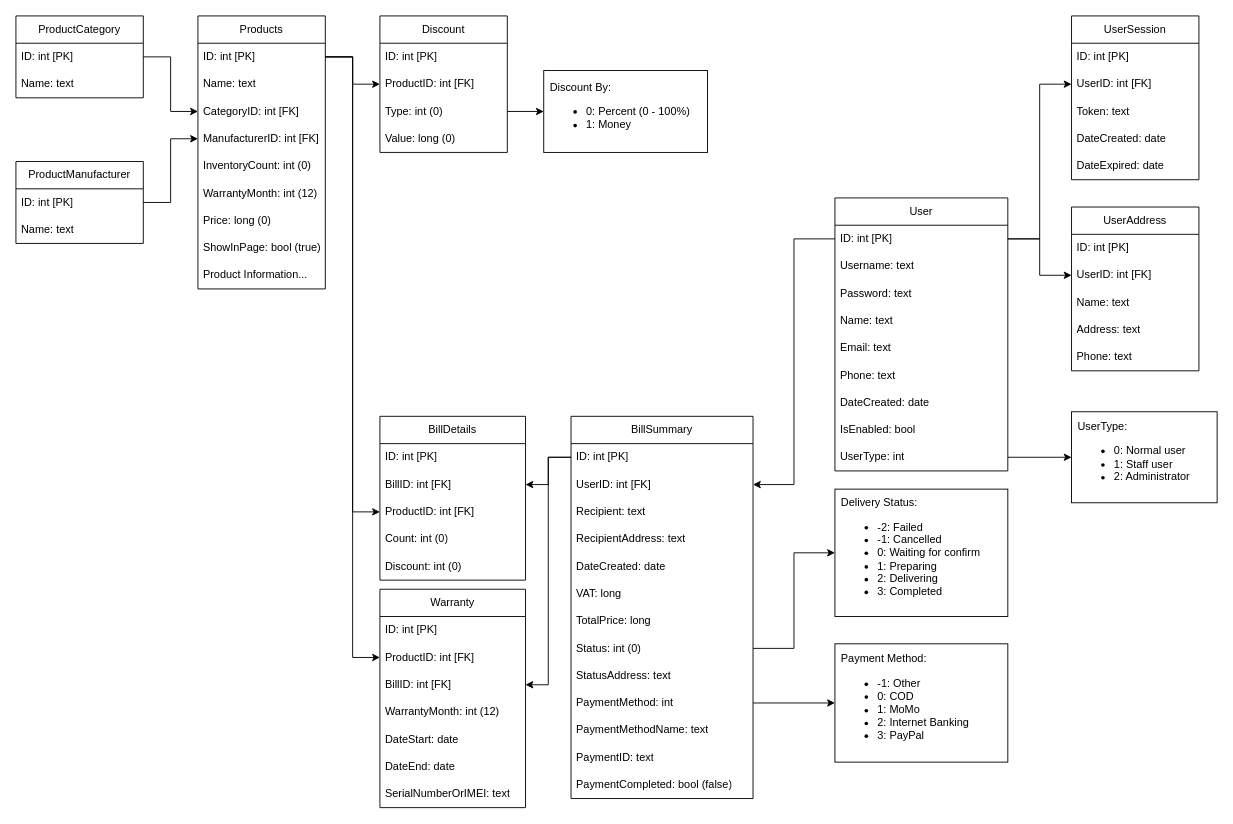
Above: docs/PhoneStoreManager.drawio in ZoeMeow1027/capstone-project (draw.io), before the change. Source tidied: cells renumbered, new cells numbered last; positions are measured from the earlier drawing's top-left corner, leaving out a move shared by most shapes. Both pictures are drawn from the tidied source at 91%, with x=0, y=0 at pixel (15, 15).
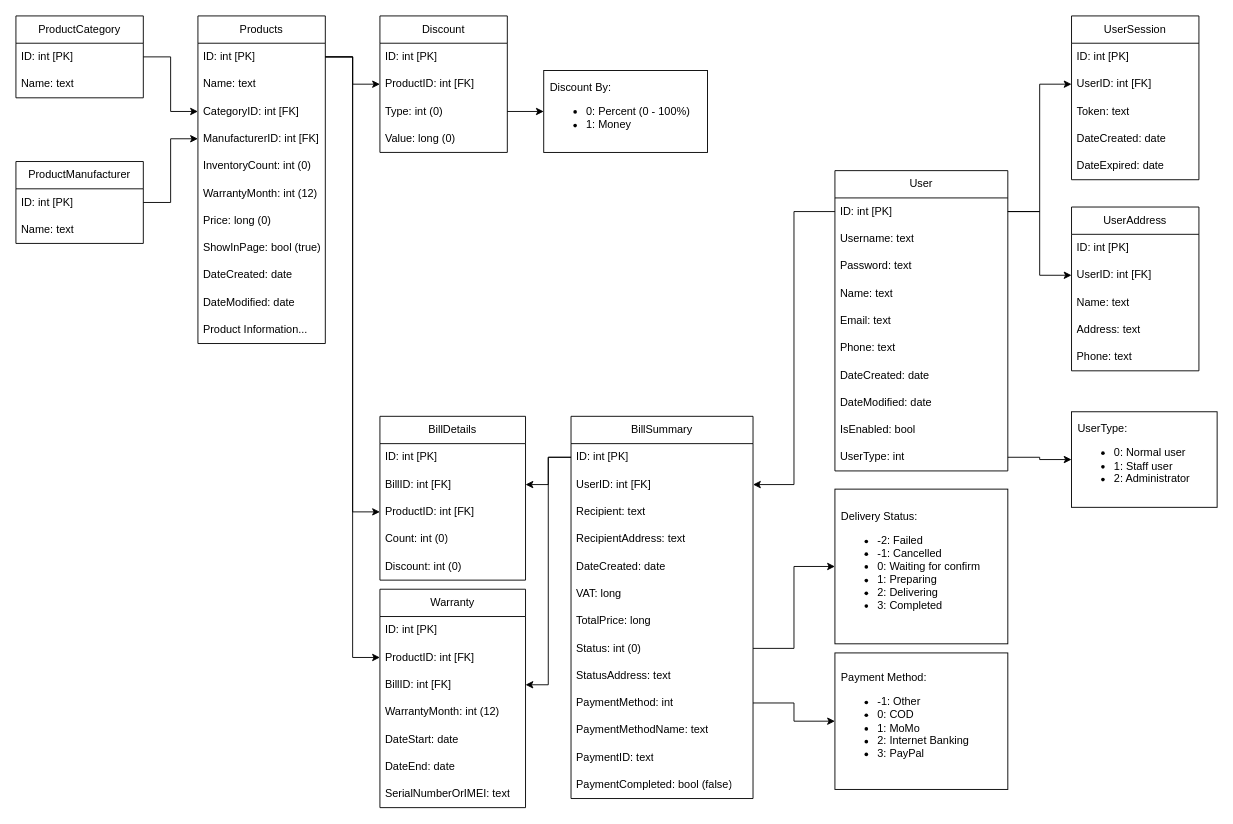
Above is the later version.

Diff of the diagram source:
```diff
@@
     <mxCell id="2" value="Products" style="swimlane;fontStyle=0;horizontal=1;startSize=30;whiteSpace=wrap;html=1;" parent="1" vertex="1">
-      <mxGeometry x="200" width="140" height="300" as="geometry" />
+      <mxGeometry x="200" width="140" height="360" as="geometry" />
     </mxCell>
@@
+    <mxCell id="91" value="DateCreated: date" style="text;strokeColor=none;fillColor=none;align=left;verticalAlign=middle;spacingLeft=4;spacingRight=4;overflow=hidden;whiteSpace=wrap;html=1;" parent="2" vertex="1">
+      <mxGeometry y="270" width="140" height="30" as="geometry" />
+    </mxCell>
+    <mxCell id="92" value="DateModified: date" style="text;strokeColor=none;fillColor=none;align=left;verticalAlign=middle;spacingLeft=4;spacingRight=4;overflow=hidden;whiteSpace=wrap;html=1;" parent="2" vertex="1">
+      <mxGeometry y="300" width="140" height="30" as="geometry" />
+    </mxCell>
     <mxCell id="11" value="Product Information..." style="text;strokeColor=none;fillColor=none;align=left;verticalAlign=middle;spacingLeft=4;spacingRight=4;overflow=hidden;whiteSpace=wrap;html=1;" parent="2" vertex="1">
-      <mxGeometry y="270" width="140" height="30" as="geometry" />
+      <mxGeometry y="330" width="140" height="30" as="geometry" />
     </mxCell>
@@
     <mxCell id="15" value="User" style="swimlane;fontStyle=0;horizontal=1;startSize=30;whiteSpace=wrap;html=1;" parent="1" vertex="1">
-      <mxGeometry x="900" y="200" width="190" height="300" as="geometry" />
+      <mxGeometry x="900" y="170" width="190" height="330" as="geometry" />
     </mxCell>
@@
+    <mxCell id="93" value="DateModified: date" style="text;strokeColor=none;fillColor=none;align=left;verticalAlign=middle;spacingLeft=4;spacingRight=4;overflow=hidden;whiteSpace=wrap;html=1;" parent="15" vertex="1">
+      <mxGeometry y="240" width="190" height="30" as="geometry" />
+    </mxCell>
     <mxCell id="23" value="IsEnabled: bool" style="text;strokeColor=none;fillColor=none;align=left;verticalAlign=middle;spacingLeft=4;spacingRight=4;overflow=hidden;whiteSpace=wrap;html=1;" parent="15" vertex="1">
-      <mxGeometry y="240" width="190" height="30" as="geometry" />
+      <mxGeometry y="270" width="190" height="30" as="geometry" />
     </mxCell>
     <mxCell id="24" value="UserType: int" style="text;strokeColor=none;fillColor=none;align=left;verticalAlign=middle;spacingLeft=4;spacingRight=4;overflow=hidden;points=[[0,0.5],[1,0.5]];portConstraint=eastwest;whiteSpace=wrap;html=1;" parent="15" vertex="1">
-      <mxGeometry y="270" width="190" height="30" as="geometry" />
+      <mxGeometry y="300" width="190" height="30" as="geometry" />
     </mxCell>
     <mxCell id="25" value="UserType:&lt;br&gt;&lt;ul&gt;&lt;li&gt;0: Normal user&lt;/li&gt;&lt;li&gt;1: Staff user&lt;/li&gt;&lt;li&gt;2: Administrator&lt;/li&gt;&lt;/ul&gt;" style="rounded=0;whiteSpace=wrap;html=1;align=left;spacingTop=5;spacingBottom=6;spacingLeft=5;spacingRight=5;" parent="1" vertex="1">
-      <mxGeometry x="1160" y="435" width="160" height="100" as="geometry" />
+      <mxGeometry x="1160" y="435" width="160" height="105" as="geometry" />
     </mxCell>
@@
     <mxCell id="61" value="Delivery Status:&lt;br&gt;&lt;ul&gt;&lt;li&gt;-2: Failed&lt;/li&gt;&lt;li&gt;-1: Cancelled&lt;/li&gt;&lt;li&gt;0: Waiting for confirm&lt;/li&gt;&lt;li&gt;1: Preparing&lt;/li&gt;&lt;li&gt;2: Delivering&lt;/li&gt;&lt;li&gt;3: Completed&lt;/li&gt;&lt;/ul&gt;" style="rounded=0;whiteSpace=wrap;html=1;align=left;spacingTop=5;spacingBottom=6;spacingLeft=5;spacingRight=5;" parent="1" vertex="1">
-      <mxGeometry x="900" y="520" width="190" height="140" as="geometry" />
+      <mxGeometry x="900" y="520" width="190" height="170" as="geometry" />
     </mxCell>
@@
     <mxCell id="70" value="Payment Method:&lt;br&gt;&lt;ul&gt;&lt;li&gt;-1: Other&lt;/li&gt;&lt;li&gt;0: COD&lt;/li&gt;&lt;li&gt;1: MoMo&lt;/li&gt;&lt;li&gt;2: Internet Banking&lt;/li&gt;&lt;li&gt;3: PayPal&lt;/li&gt;&lt;/ul&gt;" style="rounded=0;whiteSpace=wrap;html=1;align=left;spacingTop=5;spacingBottom=6;spacingLeft=5;spacingRight=5;" parent="1" vertex="1">
-      <mxGeometry x="900" y="690" width="190" height="130" as="geometry" />
+      <mxGeometry x="900" y="700" width="190" height="150" as="geometry" />
     </mxCell>
```
